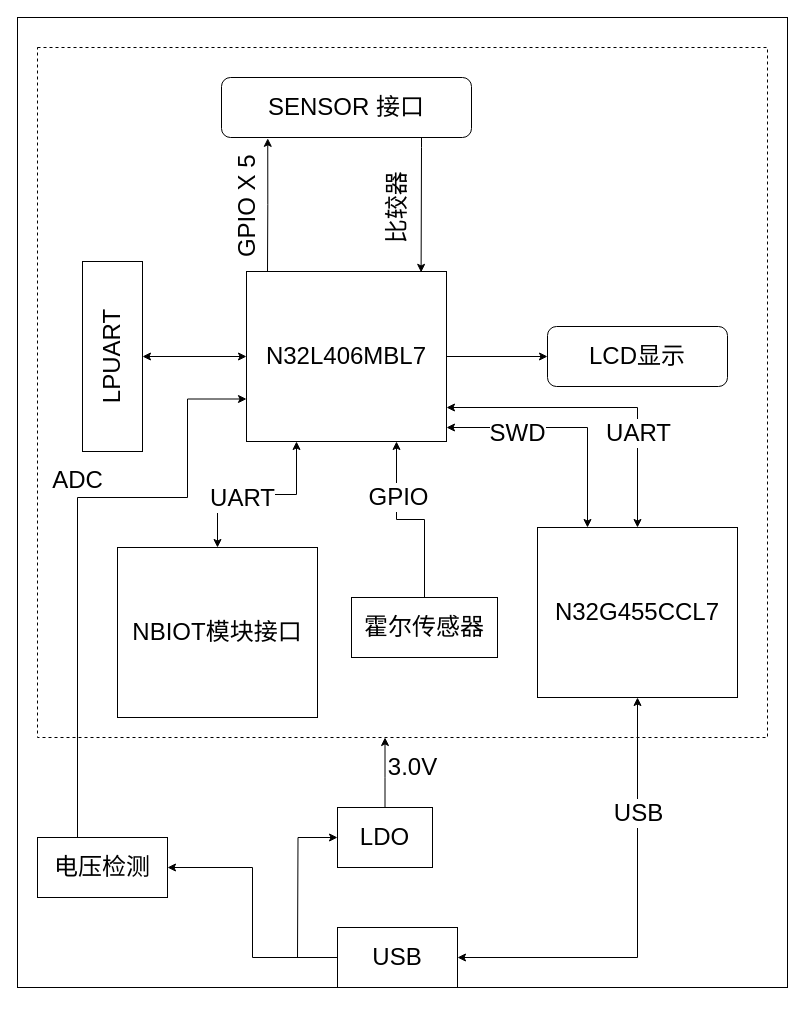
Above: WATERMETER_STB.drawio in cj942/TBOX (draw.io), before the change. Source tidied: cells renumbered, new cells numbered last; positions are measured from the earlier drawing's top-left corner, leaving out a move shared by most shapes. Both pictures are drawn from the tidied source at 100%, with x=0, y=0 at pixel (17, 17).
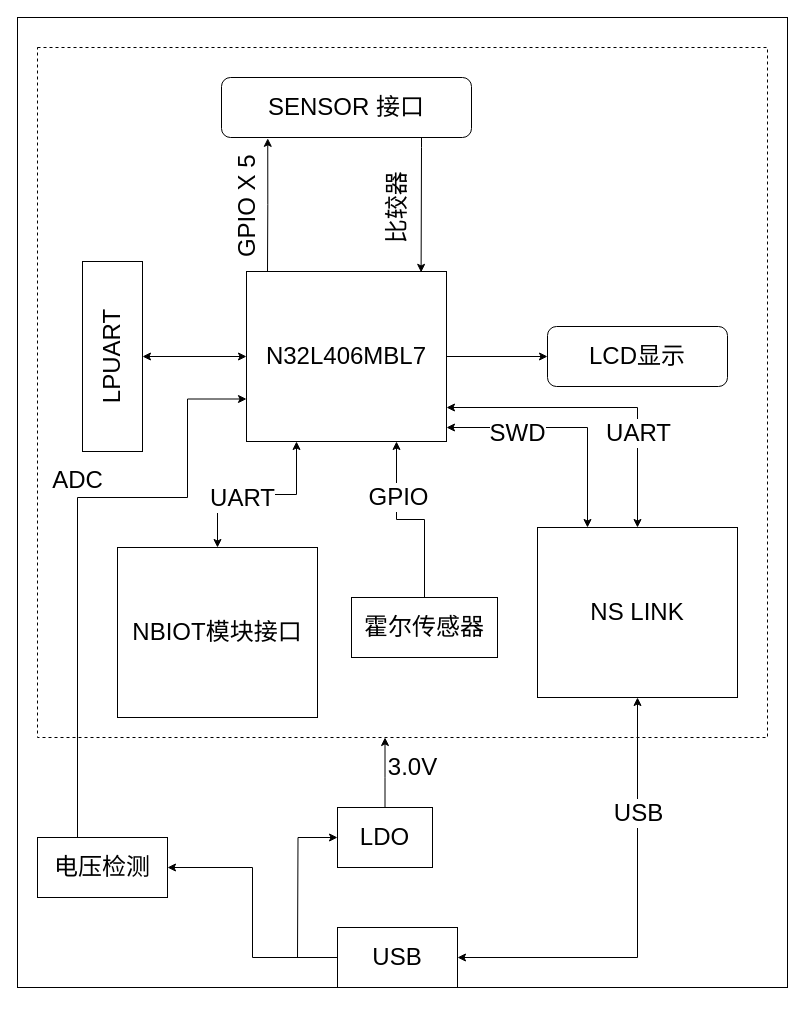
The same diagram, later.

The edit, as a diff of the source:
```diff
@@
-    <mxCell id="9" value="&lt;font style=&quot;font-size: 24px&quot;&gt;N32G455CCL7&lt;/font&gt;" style="rounded=0;whiteSpace=wrap;html=1;" parent="1" vertex="1">
+    <mxCell id="9" value="&lt;span style=&quot;font-size: 24px&quot;&gt;NS LINK&lt;/span&gt;" style="rounded=0;whiteSpace=wrap;html=1;" parent="1" vertex="1">
       <mxGeometry x="520" y="510" width="200" height="170" as="geometry" />
     </mxCell>
```
